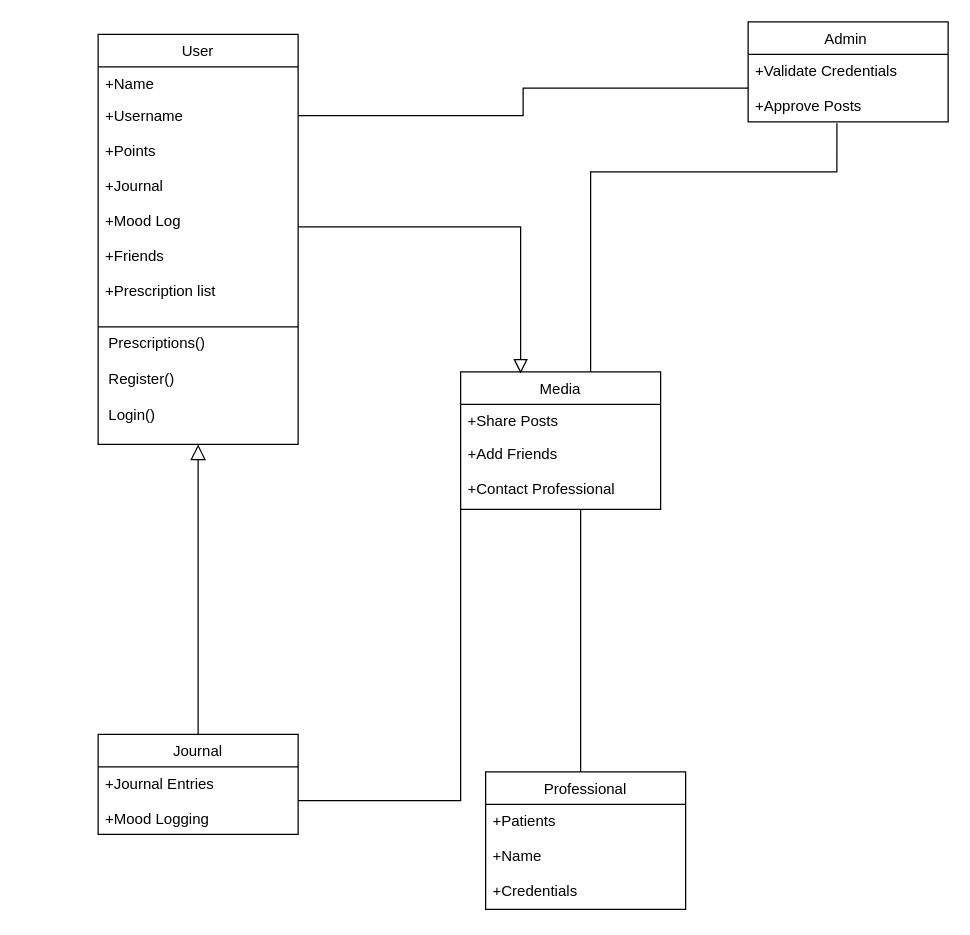
The draw.io diagram UML Class Diagram.drawio in sneekr-a/mental-health-app, before the edit. Source tidied: cells renumbered, new cells numbered last; positions are measured from the earlier drawing's top-left corner, leaving out a move shared by most shapes. Both pictures are drawn from the tidied source at 125%, with x=0, y=0 at pixel (98, 21).
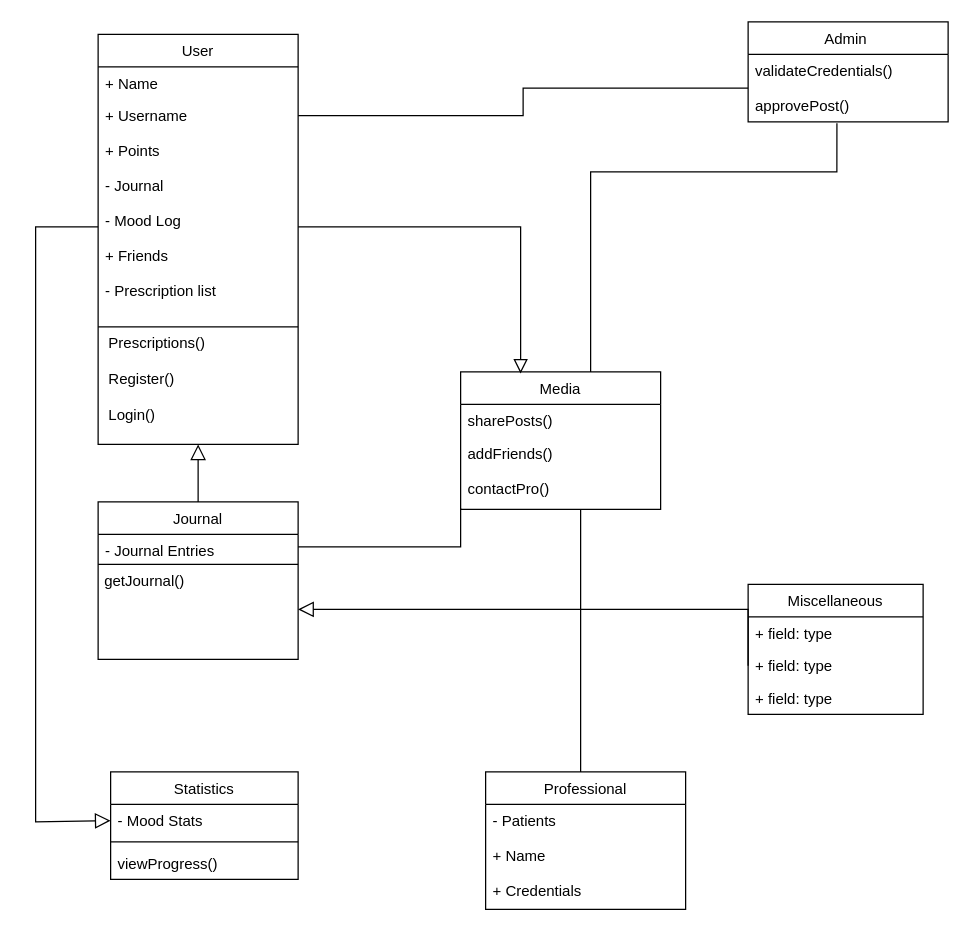
Above is the later version.

The change refers to these unchanged cells:
```xml
<mxCell id="2" value="User" style="swimlane;fontStyle=0;align=center;verticalAlign=top;horizontal=1;startSize=26;rounded=0;shadow=0;strokeWidth=1;" parent="1" vertex="1">
  <mxGeometry y="10" width="160" height="328" as="geometry" />
</mxCell>
<mxCell id="11" value="Professional" style="swimlane;fontStyle=0;align=center;verticalAlign=top;horizontal=1;startSize=26;rounded=0;shadow=0;strokeWidth=1;" parent="1" vertex="1">
  <mxGeometry x="310" y="600" width="160" height="110" as="geometry" />
</mxCell>
<mxCell id="14" value="Admin " style="swimlane;fontStyle=0;align=center;verticalAlign=top;horizontal=1;startSize=26;rounded=0;shadow=0;strokeWidth=1;" parent="1" vertex="1">
  <mxGeometry x="520" width="160" height="80" as="geometry" />
</mxCell>
<mxCell id="16" value="Media" style="swimlane;fontStyle=0;align=center;verticalAlign=top;horizontal=1;startSize=26;" parent="1" vertex="1">
  <mxGeometry x="290" y="280" width="160" height="110" as="geometry" />
</mxCell>
```

The edit, as a diff of the source:
```diff
@@
-    <mxCell id="3" value="+Name" style="text;align=left;verticalAlign=top;spacingLeft=4;spacingRight=4;overflow=hidden;" parent="2" vertex="1">
+    <mxCell id="3" value="+ Name" style="text;align=left;verticalAlign=top;spacingLeft=4;spacingRight=4;overflow=hidden;" parent="2" vertex="1">
       <mxGeometry y="26" width="160" height="26" as="geometry" />
     </mxCell>
-    <mxCell id="4" value="+Username" style="text;align=left;verticalAlign=top;spacingLeft=4;spacingRight=4;overflow=hidden;points=[[0,0.5],[1,0.5]];portConstraint=eastwest;rounded=0;shadow=0;html=0;" parent="2" vertex="1">
+    <mxCell id="4" value="+ Username" style="text;align=left;verticalAlign=top;spacingLeft=4;spacingRight=4;overflow=hidden;points=[[0,0.5],[1,0.5]];portConstraint=eastwest;rounded=0;shadow=0;html=0;" parent="2" vertex="1">
       <mxGeometry y="52" width="160" height="26" as="geometry" />
     </mxCell>
-    <mxCell id="5" value="+Points            &#10;&#10;+Journal&#10;&#10;+Mood Log&#10;&#10;+Friends&#10;&#10;+Prescription list" style="text;align=left;verticalAlign=top;spacingLeft=4;spacingRight=4;overflow=hidden;points=[[0,0.5],[1,0.5]];portConstraint=eastwest;spacingTop=2;" parent="2" vertex="1">
+    <mxCell id="5" value="+ Points            &#10;&#10;- Journal&#10;&#10;- Mood Log&#10;&#10;+ Friends&#10;&#10;- Prescription list" style="text;align=left;verticalAlign=top;spacingLeft=4;spacingRight=4;overflow=hidden;points=[[0,0.5],[1,0.5]];portConstraint=eastwest;spacingTop=2;" parent="2" vertex="1">
       <mxGeometry y="78" width="160" height="152" as="geometry" />
     </mxCell>
@@
     <mxCell id="8" value="Journal" style="swimlane;fontStyle=0;align=center;verticalAlign=top;horizontal=1;startSize=26;rounded=0;shadow=0;strokeWidth=1;" parent="1" vertex="1">
-      <mxGeometry y="570" width="160" height="80" as="geometry" />
+      <mxGeometry y="384" width="160" height="126" as="geometry" />
     </mxCell>
-    <mxCell id="9" value="+Journal Entries&#10;&#10;+Mood Logging" style="text;align=left;verticalAlign=top;spacingLeft=4;spacingRight=4;overflow=hidden;points=[[0,0.5],[1,0.5]];portConstraint=eastwest;" parent="8" vertex="1">
-      <mxGeometry y="26" width="160" height="54" as="geometry" />
+    <mxCell id="9" value="- Journal Entries" style="text;align=left;verticalAlign=top;spacingLeft=4;spacingRight=4;overflow=hidden;points=[[0,0.5],[1,0.5]];portConstraint=eastwest;" parent="8" vertex="1">
+      <mxGeometry y="26" width="160" height="20" as="geometry" />
     </mxCell>
+    <mxCell id="23" style="line;strokeWidth=1;fillColor=none;align=left;verticalAlign=middle;spacingTop=-1;spacingLeft=3;spacingRight=3;labelPosition=right;" parent="8" vertex="1">
+      <mxGeometry y="46" width="160" height="8" as="geometry" />
+    </mxCell>
+    <mxCell id="24" value="&amp;nbsp;getJournal()" style="text;html=1;align=left;verticalAlign=middle;strokeColor=none;fillColor=none;" parent="8" vertex="1">
+      <mxGeometry y="54" width="160" height="20" as="geometry" />
+    </mxCell>
@@
-    <mxCell id="12" value="+Patients&#10;&#10;+Name&#10;&#10;+Credentials" style="text;align=left;verticalAlign=top;spacingLeft=4;spacingRight=4;overflow=hidden;" parent="11" vertex="1">
+    <mxCell id="12" value="- Patients&#10;&#10;+ Name&#10;&#10;+ Credentials" style="text;align=left;verticalAlign=top;spacingLeft=4;spacingRight=4;overflow=hidden;" parent="11" vertex="1">
       <mxGeometry y="26" width="160" height="84" as="geometry" />
     </mxCell>
@@
-    <mxCell id="15" value="+Validate Credentials&#10;&#10;+Approve Posts" style="text;align=left;verticalAlign=top;spacingLeft=4;spacingRight=4;overflow=hidden;points=[[0,0.5],[1,0.5]];portConstraint=eastwest;" parent="14" vertex="1">
+    <mxCell id="15" value="validateCredentials()&#10;&#10;approvePost()" style="text;align=left;verticalAlign=top;spacingLeft=4;spacingRight=4;overflow=hidden;points=[[0,0.5],[1,0.5]];portConstraint=eastwest;" parent="14" vertex="1">
       <mxGeometry y="26" width="160" height="54" as="geometry" />
     </mxCell>
@@
-    <mxCell id="17" value="+Share Posts" style="text;strokeColor=none;fillColor=none;align=left;verticalAlign=top;spacingLeft=4;spacingRight=4;overflow=hidden;" parent="16" vertex="1">
+    <mxCell id="17" value="sharePosts()" style="text;strokeColor=none;fillColor=none;align=left;verticalAlign=top;spacingLeft=4;spacingRight=4;overflow=hidden;" parent="16" vertex="1">
       <mxGeometry y="26" width="160" height="26" as="geometry" />
     </mxCell>
-    <mxCell id="18" value="+Add Friends&#10;&#10;+Contact Professional&#10;" style="text;strokeColor=none;fillColor=none;align=left;verticalAlign=top;spacingLeft=4;spacingRight=4;overflow=hidden;points=[[0,0.5],[1,0.5]];portConstraint=eastwest;" parent="16" vertex="1">
+    <mxCell id="18" value="addFriends()&#10;&#10;contactPro()&#10;" style="text;strokeColor=none;fillColor=none;align=left;verticalAlign=top;spacingLeft=4;spacingRight=4;overflow=hidden;points=[[0,0.5],[1,0.5]];portConstraint=eastwest;" parent="16" vertex="1">
       <mxGeometry y="52" width="160" height="58" as="geometry" />
     </mxCell>
@@
+    <mxCell id="25" value="Statistics" style="swimlane;fontStyle=0;horizontal=1;startSize=26;fillColor=none;" parent="1" vertex="1">
+      <mxGeometry x="10" y="600" width="150" height="86" as="geometry" />
+    </mxCell>
+    <mxCell id="26" value="- Mood Stats" style="text;strokeColor=none;fillColor=none;align=left;verticalAlign=top;spacingLeft=4;spacingRight=4;overflow=hidden;points=[[0,0.5],[1,0.5]];portConstraint=eastwest;" parent="25" vertex="1">
+      <mxGeometry y="26" width="150" height="26" as="geometry" />
+    </mxCell>
+    <mxCell id="27" style="line;strokeWidth=1;fillColor=none;align=left;verticalAlign=middle;spacingTop=-1;spacingLeft=3;spacingRight=3;labelPosition=right;" parent="25" vertex="1">
+      <mxGeometry y="52" width="150" height="8" as="geometry" />
+    </mxCell>
+    <mxCell id="28" value="viewProgress()" style="text;strokeColor=none;fillColor=none;align=left;verticalAlign=top;spacingLeft=4;spacingRight=4;overflow=hidden;" parent="25" vertex="1">
+      <mxGeometry y="60" width="150" height="26" as="geometry" />
+    </mxCell>
+    <mxCell id="29" style="endArrow=block;endFill=0;html=1;edgeStyle=orthogonalEdgeStyle;align=left;verticalAlign=top;rounded=0;exitX=0;exitY=0.5;exitDx=0;exitDy=0;endSize=10;entryX=0;entryY=0.5;entryDx=0;entryDy=0;" parent="1" edge="1" source="5" target="26">
+      <mxGeometry x="-1" y="-17" relative="1" as="geometry">
+        <Array as="points">
+          <mxPoint x="-50" y="164" />
+          <mxPoint x="-50" y="640" />
+        </Array>
+        <mxPoint x="10" y="3" as="offset" />
+      </mxGeometry>
+    </mxCell>
+    <mxCell id="30" value="Miscellaneous" style="swimlane;fontStyle=0;horizontal=1;startSize=26;fillColor=none;align=center;" parent="1" vertex="1">
+      <mxGeometry x="520" y="450" width="140" height="104" as="geometry" />
+    </mxCell>
+    <mxCell id="31" value="+ field: type" style="text;strokeColor=none;fillColor=none;align=left;verticalAlign=top;spacingLeft=4;spacingRight=4;overflow=hidden;" parent="30" vertex="1">
+      <mxGeometry y="26" width="140" height="26" as="geometry" />
+    </mxCell>
+    <mxCell id="32" value="+ field: type" style="text;strokeColor=none;fillColor=none;align=left;verticalAlign=top;spacingLeft=4;spacingRight=4;overflow=hidden;points=[[0,0.5],[1,0.5]];portConstraint=eastwest;" parent="30" vertex="1">
+      <mxGeometry y="52" width="140" height="26" as="geometry" />
+    </mxCell>
+    <mxCell id="33" value="+ field: type" style="text;strokeColor=none;fillColor=none;align=left;verticalAlign=top;spacingLeft=4;spacingRight=4;overflow=hidden;" parent="30" vertex="1">
+      <mxGeometry y="78" width="140" height="26" as="geometry" />
+    </mxCell>
+    <mxCell id="34" style="endArrow=block;endFill=0;html=1;edgeStyle=orthogonalEdgeStyle;align=left;verticalAlign=top;rounded=0;endSize=10;exitX=0;exitY=0.5;exitDx=0;exitDy=0;" parent="1" edge="1" source="32">
+      <mxGeometry x="-1" relative="1" as="geometry">
+        <mxPoint x="160" y="470" as="targetPoint" />
+        <Array as="points">
+          <mxPoint x="520" y="470" />
+        </Array>
+      </mxGeometry>
+    </mxCell>
```
